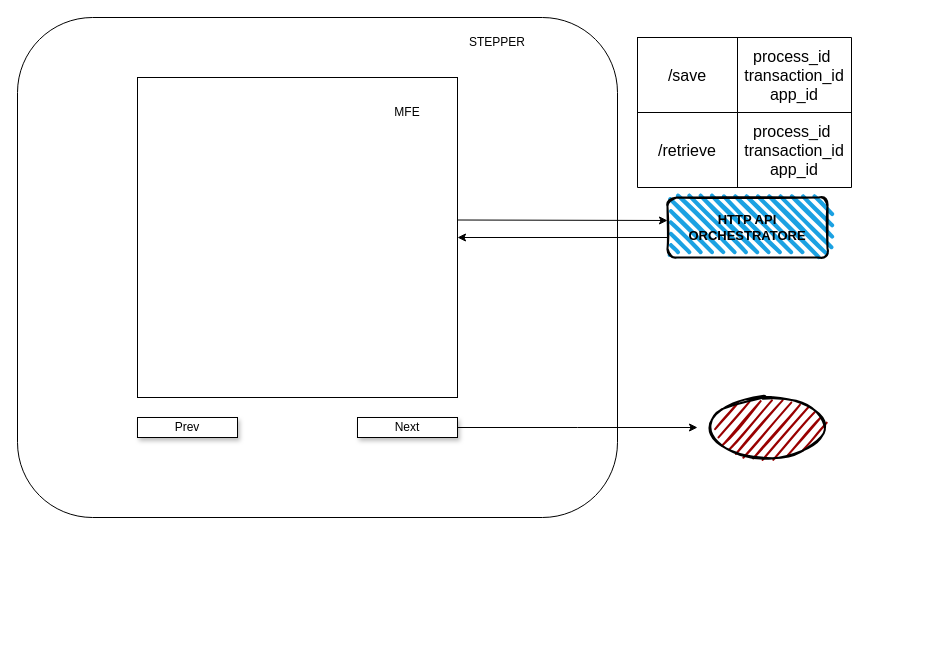
Before: Diagramma senza titolo.drawio in aphasia0/diagrams, a draw.io diagram. Source tidied: cells renumbered, new cells numbered last; positions are measured from the earlier drawing's top-left corner, leaving out a move shared by most shapes. Both pictures are drawn from the tidied source at 100%, with x=0, y=0 at pixel (17, 17).
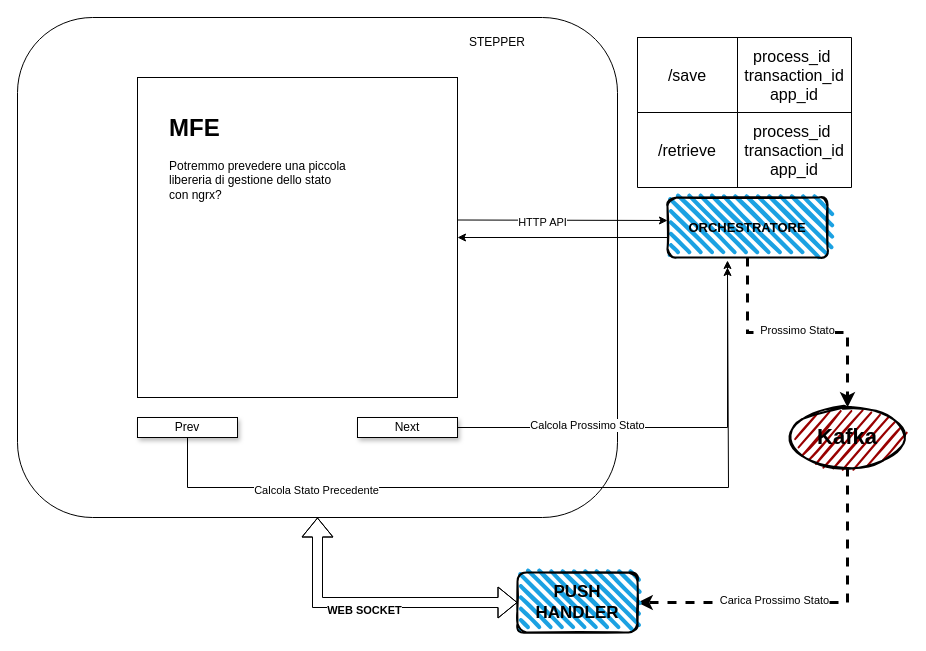
After the change.

Unchanged cells that the change refers to:
```xml
<mxCell id="2" style="rounded=1;whiteSpace=wrap;html=1;" parent="1" vertex="1">
  <mxGeometry width="600" height="500" as="geometry" />
</mxCell>
<mxCell id="3" value="Prev" style="rounded=0;whiteSpace=wrap;html=1;shadow=1;" parent="1" vertex="1">
  <mxGeometry x="120" y="400" width="100" height="20" as="geometry" />
</mxCell>
<mxCell id="5" value="Next" style="rounded=0;whiteSpace=wrap;html=1;shadow=1;" parent="1" vertex="1">
  <mxGeometry x="340" y="400" width="100" height="20" as="geometry" />
</mxCell>
<mxCell id="8" style="endArrow=classic;html=1;rounded=0;" parent="1" edge="1">
  <mxGeometry relative="1" as="geometry">
    <mxPoint x="440" y="202.5" as="sourcePoint" />
    <mxPoint x="650" y="203" as="targetPoint" />
  </mxGeometry>
</mxCell>
```

What changed in the source:
```diff
@@
+    <mxCell id="21" style="edgeStyle=orthogonalEdgeStyle;rounded=0;jettySize=auto;html=1;entryX=0;entryY=0.5;entryDx=0;entryDy=0;strokeWidth=1;shape=flexArrow;startArrow=block;" parent="1" edge="1" source="2" target="32">
+      <mxGeometry relative="1" as="geometry" />
+    </mxCell>
+    <mxCell id="22" value="&lt;b&gt;WEB SOCKET&lt;/b&gt;" style="edgeLabel;html=1;align=center;verticalAlign=middle;" parent="21" vertex="1">
+      <mxGeometry x="-0.08" y="-6" relative="1" as="geometry">
+        <mxPoint y="1" as="offset" />
+      </mxGeometry>
+    </mxCell>
@@
+    <mxCell id="23" style="edgeStyle=orthogonalEdgeStyle;rounded=0;jettySize=auto;html=1;" parent="1" edge="1" source="3">
+      <mxGeometry relative="1" as="geometry">
+        <mxPoint x="710" y="250" as="targetPoint" />
+        <Array as="points">
+          <mxPoint x="170" y="470" />
+          <mxPoint x="711" y="470" />
+        </Array>
+      </mxGeometry>
+    </mxCell>
+    <mxCell id="24" value="Calcola Stato Precedente" style="edgeLabel;html=1;align=center;verticalAlign=middle;" parent="23" vertex="1">
+      <mxGeometry x="-0.56" y="-1" relative="1" as="geometry">
+        <mxPoint y="1" as="offset" />
+      </mxGeometry>
+    </mxCell>
@@
-    <mxCell id="4" style="edgeStyle=orthogonalEdgeStyle;rounded=0;jettySize=auto;html=1;" parent="1" edge="1" source="5">
-      <mxGeometry relative="1" as="geometry">
-        <mxPoint x="680" y="410" as="targetPoint" />
-      </mxGeometry>
+    <mxCell id="4" style="edgeStyle=orthogonalEdgeStyle;rounded=0;jettySize=auto;html=1;entryX=0.375;entryY=1.05;entryDx=0;entryDy=0;entryPerimeter=0;" parent="1" edge="1" source="5" target="11">
+      <mxGeometry relative="1" as="geometry" />
     </mxCell>
+    <mxCell id="25" value="Calcola Prossimo Stato" style="edgeLabel;html=1;align=center;verticalAlign=middle;" parent="4" vertex="1">
+      <mxGeometry x="-0.41" y="4" relative="1" as="geometry">
+        <mxPoint y="1" as="offset" />
+      </mxGeometry>
+    </mxCell>
@@
+    <mxCell id="26" value="HTTP API" style="edgeLabel;html=1;align=center;verticalAlign=middle;" parent="8" vertex="1">
+      <mxGeometry x="-0.19" y="-2" relative="1" as="geometry" />
+    </mxCell>
@@
+    <mxCell id="27" style="edgeStyle=orthogonalEdgeStyle;rounded=0;jettySize=auto;html=1;entryX=0.5;entryY=0;entryDx=0;entryDy=0;dashed=1;strokeWidth=3;" parent="1" edge="1" source="11" target="20">
+      <mxGeometry relative="1" as="geometry" />
+    </mxCell>
+    <mxCell id="28" value="Prossimo Stato" style="edgeLabel;html=1;align=center;verticalAlign=middle;" parent="27" vertex="1">
+      <mxGeometry x="-0.01" y="3" relative="1" as="geometry" />
+    </mxCell>
-    <mxCell id="11" value="&lt;b style=&quot;font-size: 13px;&quot;&gt;&lt;font style=&quot;font-size: 13px;&quot;&gt;HTTP API&lt;/font&gt;&lt;/b&gt;&lt;div style=&quot;font-size: 13px;&quot;&gt;&lt;b&gt;&lt;font style=&quot;font-size: 13px;&quot;&gt;ORCHESTRATORE&lt;/font&gt;&lt;/b&gt;&lt;/div&gt;" style="rounded=1;whiteSpace=wrap;html=1;strokeWidth=2;fillWeight=4;hachureGap=8;hachureAngle=45;fillColor=#1ba1e2;sketch=1;" parent="1" vertex="1">
+    <mxCell id="11" value="&lt;div style=&quot;font-size: 13px;&quot;&gt;&lt;b&gt;&lt;font style=&quot;font-size: 13px;&quot;&gt;ORCHESTRATORE&lt;/font&gt;&lt;/b&gt;&lt;/div&gt;" style="rounded=1;whiteSpace=wrap;html=1;strokeWidth=2;fillWeight=4;hachureGap=8;hachureAngle=45;fillColor=#1ba1e2;sketch=1;" parent="1" vertex="1">
       <mxGeometry x="650" y="180" width="160" height="60" as="geometry" />
     </mxCell>
@@
-    <mxCell id="19" value="MFE" style="text;html=1;align=center;verticalAlign=middle;whiteSpace=wrap;rounded=0;" parent="1" vertex="1">
-      <mxGeometry x="360" y="80" width="60" height="30" as="geometry" />
-    </mxCell>
+    <mxCell id="29" style="edgeStyle=orthogonalEdgeStyle;rounded=0;jettySize=auto;html=1;entryX=1;entryY=0.5;entryDx=0;entryDy=0;dashed=1;strokeWidth=3;" parent="1" edge="1" source="20" target="32">
+      <mxGeometry relative="1" as="geometry">
+        <Array as="points">
+          <mxPoint x="830" y="585" />
+        </Array>
+      </mxGeometry>
+    </mxCell>
+    <mxCell id="30" value="Carica Prossimo Stato" style="edgeLabel;html=1;align=center;verticalAlign=middle;" parent="29" vertex="1">
+      <mxGeometry x="0.21" y="-3" relative="1" as="geometry" />
+    </mxCell>
-    <mxCell id="20" style="ellipse;whiteSpace=wrap;html=1;strokeWidth=2;fillWeight=2;hachureGap=8;fillColor=#990000;fillStyle=dots;sketch=1;" parent="1" vertex="1">
-      <mxGeometry x="690" y="380" width="120" height="60" as="geometry" />
+    <mxCell id="20" value="&lt;b&gt;&lt;font style=&quot;font-size: 22px;&quot;&gt;Kafka&lt;/font&gt;&lt;/b&gt;" style="ellipse;whiteSpace=wrap;html=1;strokeWidth=2;fillWeight=2;hachureGap=8;fillColor=#990000;fillStyle=dots;sketch=1;" parent="1" vertex="1">
+      <mxGeometry x="770" y="390" width="120" height="60" as="geometry" />
     </mxCell>
+    <mxCell id="31" value="&lt;h1 style=&quot;margin-top: 0px;&quot;&gt;MFE&lt;/h1&gt;&lt;p&gt;Potremmo prevedere una piccola libereria di gestione dello stato con ngrx?&amp;nbsp;&lt;/p&gt;" style="text;html=1;whiteSpace=wrap;overflow=hidden;rounded=0;" parent="1" vertex="1">
+      <mxGeometry x="150" y="90" width="180" height="120" as="geometry" />
+    </mxCell>
+    <mxCell id="32" value="PUSH HANDLER" style="rounded=1;whiteSpace=wrap;html=1;strokeWidth=2;fillWeight=4;hachureGap=8;hachureAngle=45;fillColor=#1ba1e2;sketch=1;fontStyle=1;fontSize=17;" parent="1" vertex="1">
+      <mxGeometry x="500" y="555" width="120" height="60" as="geometry" />
+    </mxCell>
```
